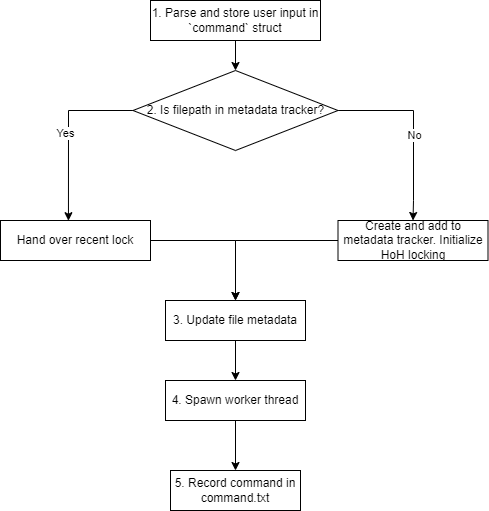
Earlier version of the draw.io export docs/pics/master-flowchart.png (derwells/multithreaded-fileserver). Source tidied: cells renumbered, new cells last; positions are measured from the earlier drawing's top-left corner, leaving out a move shared by most shapes.
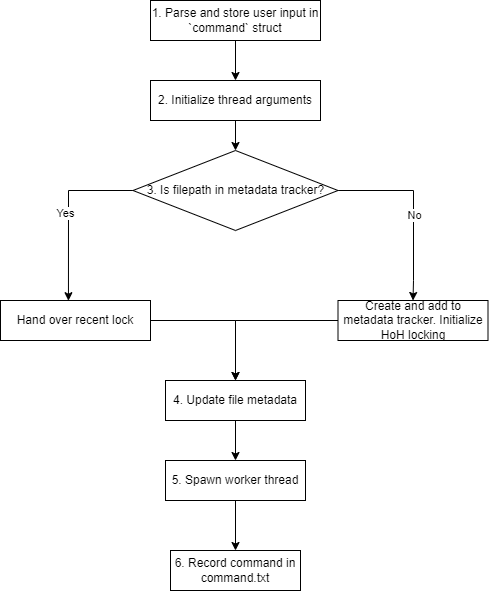
After the commit.

The edit, as a diff of the source:
```diff
@@ -2,11 +2,11 @@
   <root>
     <mxCell id="0" />
     <mxCell id="1" parent="0" />
-    <mxCell id="2" style="edgeStyle=orthogonalEdgeStyle;rounded=0;jettySize=auto;html=1;" parent="1" edge="1" source="3" target="10">
-      <mxGeometry relative="1" as="geometry" />
-    </mxCell>
+    <mxCell id="18" style="edgeStyle=orthogonalEdgeStyle;rounded=0;jettySize=auto;html=1;" parent="1" edge="1" source="3" target="20">
+      <mxGeometry relative="1" as="geometry" />
+    </mxCell>
     <mxCell id="3" value="1. Parse and store user input in `command` struct" style="rounded=0;whiteSpace=wrap;html=1;" parent="1" vertex="1">
-      <mxGeometry x="150" width="170" height="40" as="geometry" />
+      <mxGeometry x="150" y="-80" width="170" height="40" as="geometry" />
     </mxCell>
     <mxCell id="4" style="edgeStyle=orthogonalEdgeStyle;rounded=0;jettySize=auto;html=1;entryX=0.5;entryY=0;entryDx=0;entryDy=0;" parent="1" edge="1" source="5" target="15">
       <mxGeometry relative="1" as="geometry" />
@@ -37,22 +37,22 @@
     <mxCell id="9" value="Yes" style="edgeLabel;html=1;align=center;verticalAlign=middle;" parent="8" vertex="1">
       <mxGeometry x="-0.01" y="-3" relative="1" as="geometry" />
     </mxCell>
-    <mxCell id="10" value="2. Is filepath in metadata tracker?" style="rhombus;whiteSpace=wrap;html=1;" parent="1" vertex="1">
+    <mxCell id="10" value="3. Is filepath in metadata tracker?" style="rhombus;whiteSpace=wrap;html=1;" parent="1" vertex="1">
       <mxGeometry x="132.5" y="70" width="205" height="80" as="geometry" />
     </mxCell>
     <mxCell id="11" style="edgeStyle=orthogonalEdgeStyle;rounded=0;jettySize=auto;html=1;" parent="1" edge="1" source="12" target="13">
       <mxGeometry relative="1" as="geometry" />
     </mxCell>
-    <mxCell id="12" value="4. Spawn worker thread" style="rounded=0;whiteSpace=wrap;html=1;" parent="1" vertex="1">
+    <mxCell id="12" value="5. Spawn worker thread" style="rounded=0;whiteSpace=wrap;html=1;" parent="1" vertex="1">
       <mxGeometry x="165" y="380" width="140" height="40" as="geometry" />
     </mxCell>
-    <mxCell id="13" value="5. Record command in command.txt" style="rounded=0;whiteSpace=wrap;html=1;" parent="1" vertex="1">
+    <mxCell id="13" value="6. Record command in command.txt" style="rounded=0;whiteSpace=wrap;html=1;" parent="1" vertex="1">
       <mxGeometry x="170" y="470" width="130" height="40" as="geometry" />
     </mxCell>
     <mxCell id="14" style="edgeStyle=orthogonalEdgeStyle;rounded=0;jettySize=auto;html=1;entryX=0.5;entryY=0;entryDx=0;entryDy=0;" parent="1" edge="1" source="15" target="12">
       <mxGeometry relative="1" as="geometry" />
     </mxCell>
-    <mxCell id="15" value="3. Update file metadata" style="rounded=0;whiteSpace=wrap;html=1;" parent="1" vertex="1">
+    <mxCell id="15" value="4. Update file metadata" style="rounded=0;whiteSpace=wrap;html=1;" parent="1" vertex="1">
       <mxGeometry x="165" y="300" width="140" height="40" as="geometry" />
     </mxCell>
     <mxCell id="16" style="edgeStyle=orthogonalEdgeStyle;rounded=0;jettySize=auto;html=1;entryX=0.5;entryY=0;entryDx=0;entryDy=0;" parent="1" edge="1" source="17" target="15">
@@ -61,5 +61,11 @@
     <mxCell id="17" value="Hand over recent lock" style="rounded=0;whiteSpace=wrap;html=1;" parent="1" vertex="1">
       <mxGeometry y="220" width="150" height="40" as="geometry" />
     </mxCell>
+    <mxCell id="19" style="edgeStyle=orthogonalEdgeStyle;rounded=0;jettySize=auto;html=1;" parent="1" edge="1" source="20" target="10">
+      <mxGeometry relative="1" as="geometry" />
+    </mxCell>
+    <mxCell id="20" value="2. Initialize thread arguments" style="rounded=0;whiteSpace=wrap;html=1;" parent="1" vertex="1">
+      <mxGeometry x="150" width="170" height="40" as="geometry" />
+    </mxCell>
   </root>
 </mxGraphModel>
```
